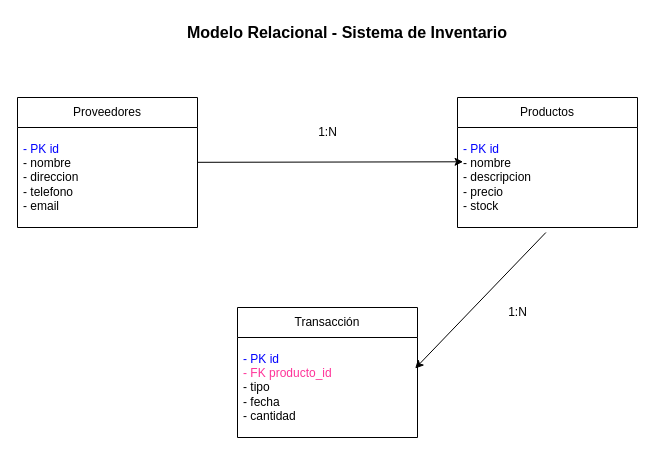
too0oori/Evaluacion_Modulo_5 keeps this draw.io diagram as relacional.drawio. Above is the earlier version. Source tidied: cells renumbered, new cells numbered last; positions are measured from the earlier drawing's top-left corner, leaving out a move shared by most shapes. Both pictures are drawn from the tidied source at 100%, with x=0, y=0 at pixel (17, 17).
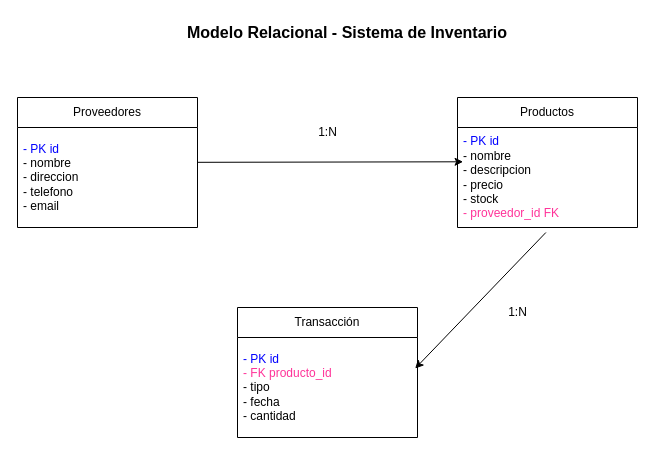
The same page after the edit.

What changed in the source:
```diff
@@
 <mxGraphModel>
   <root>
     <mxCell id="0" />
     <mxCell id="1" parent="0" />
     <mxCell id="2" value="Modelo Relacional - Sistema de Inventario" style="text;html=1;strokeColor=none;fillColor=none;align=center;verticalAlign=middle;whiteSpace=wrap;rounded=0;fontSize=16;fontStyle=1;" parent="1" vertex="1">
       <mxGeometry x="130" width="400" height="30" as="geometry" />
     </mxCell>
     <mxCell id="3" style="ellipse;whiteSpace=wrap;html=1;fillColor=none;strokeColor=none;" parent="1" vertex="1">
       <mxGeometry x="417" y="55" width="6" height="6" as="geometry" />
     </mxCell>
     <mxCell id="4" style="ellipse;whiteSpace=wrap;html=1;fillColor=none;strokeColor=none;" parent="1" vertex="1">
       <mxGeometry x="417" y="55" width="6" height="6" as="geometry" />
     </mxCell>
     <mxCell id="5" style="edgeStyle=none;html=1;entryX=0.031;entryY=0.343;entryDx=0;entryDy=0;entryPerimeter=0;" parent="1" edge="1" source="6" target="9">
       <mxGeometry relative="1" as="geometry" />
     </mxCell>
     <mxCell id="6" value="Proveedores" style="swimlane;fontStyle=0;horizontal=1;startSize=30;whiteSpace=wrap;html=1;" parent="1" vertex="1">
       <mxGeometry y="80" width="180" height="130" as="geometry" />
     </mxCell>
     <mxCell id="7" value="&lt;font&gt;&lt;font style=&quot;color: rgb(0, 0, 255);&quot;&gt;- PK id&lt;/font&gt;&lt;br style=&quot;scrollbar-color: rgb(226, 226, 226) rgb(251, 251, 251);&quot;&gt;&lt;/font&gt;&lt;span style=&quot;color: rgb(0, 0, 0);&quot;&gt;- nombre&lt;/span&gt;&lt;br style=&quot;color: rgb(63, 63, 63); scrollbar-color: rgb(226, 226, 226) rgb(251, 251, 251);&quot;&gt;&lt;span style=&quot;color: rgb(0, 0, 0);&quot;&gt;- direccion&lt;/span&gt;&lt;br style=&quot;color: rgb(63, 63, 63); scrollbar-color: rgb(226, 226, 226) rgb(251, 251, 251);&quot;&gt;&lt;span style=&quot;color: rgb(0, 0, 0);&quot;&gt;- telefono&lt;/span&gt;&lt;br style=&quot;color: rgb(63, 63, 63); scrollbar-color: rgb(226, 226, 226) rgb(251, 251, 251);&quot;&gt;&lt;span style=&quot;color: rgb(0, 0, 0);&quot;&gt;- email&lt;/span&gt;" style="text;strokeColor=none;fillColor=none;align=left;verticalAlign=middle;spacingLeft=4;spacingRight=4;overflow=hidden;whiteSpace=wrap;html=1;" parent="6" vertex="1">
       <mxGeometry y="30" width="180" height="100" as="geometry" />
     </mxCell>
     <mxCell id="8" value="Productos" style="swimlane;fontStyle=0;horizontal=1;startSize=30;whiteSpace=wrap;html=1;" parent="1" vertex="1">
       <mxGeometry x="440" y="80" width="180" height="130" as="geometry" />
     </mxCell>
-    <mxCell id="9" value="&lt;font&gt;&lt;span&gt;&lt;font style=&quot;color: rgb(0, 0, 255);&quot;&gt;- PK id&lt;/font&gt;&lt;/span&gt;&lt;br style=&quot;scrollbar-color: rgb(226, 226, 226) rgb(251, 251, 251); color: rgb(63, 63, 63);&quot;&gt;&lt;/font&gt;&lt;span style=&quot;color: rgb(0, 0, 0);&quot;&gt;- nombre&lt;/span&gt;&lt;br style=&quot;color: rgb(63, 63, 63); scrollbar-color: rgb(226, 226, 226) rgb(251, 251, 251);&quot;&gt;&lt;span style=&quot;color: rgb(0, 0, 0);&quot;&gt;- descripcion&lt;/span&gt;&lt;div&gt;&lt;span style=&quot;color: rgb(0, 0, 0);&quot;&gt;- precio&lt;/span&gt;&lt;/div&gt;&lt;div&gt;&lt;span style=&quot;color: rgb(0, 0, 0);&quot;&gt;- stock&lt;/span&gt;&lt;/div&gt;" style="text;strokeColor=none;fillColor=none;align=left;verticalAlign=middle;spacingLeft=4;spacingRight=4;overflow=hidden;points=[[0,0.5],[1,0.5]];portConstraint=eastwest;whiteSpace=wrap;html=1;" parent="8" vertex="1">
+    <mxCell id="9" value="&lt;font&gt;&lt;span&gt;&lt;font style=&quot;color: rgb(0, 0, 255);&quot;&gt;- PK id&lt;/font&gt;&lt;/span&gt;&lt;br style=&quot;scrollbar-color: rgb(226, 226, 226) rgb(251, 251, 251); color: rgb(63, 63, 63);&quot;&gt;&lt;/font&gt;&lt;span style=&quot;color: rgb(0, 0, 0);&quot;&gt;- nombre&lt;/span&gt;&lt;br style=&quot;color: rgb(63, 63, 63); scrollbar-color: rgb(226, 226, 226) rgb(251, 251, 251);&quot;&gt;&lt;span style=&quot;color: rgb(0, 0, 0);&quot;&gt;- descripcion&lt;/span&gt;&lt;div&gt;&lt;span style=&quot;color: rgb(0, 0, 0);&quot;&gt;- precio&lt;/span&gt;&lt;/div&gt;&lt;div&gt;&lt;span style=&quot;color: rgb(0, 0, 0);&quot;&gt;- stock&lt;/span&gt;&lt;/div&gt;&lt;div&gt;&lt;span&gt;&lt;font style=&quot;color: rgb(255, 51, 153);&quot;&gt;- proveedor_id FK&lt;/font&gt;&lt;/span&gt;&lt;/div&gt;" style="text;strokeColor=none;fillColor=none;align=left;verticalAlign=middle;spacingLeft=4;spacingRight=4;overflow=hidden;points=[[0,0.5],[1,0.5]];portConstraint=eastwest;whiteSpace=wrap;html=1;" parent="8" vertex="1">
       <mxGeometry y="30" width="180" height="100" as="geometry" />
     </mxCell>
     <mxCell id="10" value="1:N" style="text;html=1;align=center;verticalAlign=middle;strokeColor=none;fillColor=none;" parent="1" vertex="1">
       <mxGeometry x="290" y="100" width="40" height="30" as="geometry" />
     </mxCell>
     <mxCell id="11" value="Transacción" style="swimlane;fontStyle=0;horizontal=1;startSize=30;whiteSpace=wrap;html=1;" parent="1" vertex="1">
       <mxGeometry x="220" y="290" width="180" height="130" as="geometry" />
     </mxCell>
     <mxCell id="12" value="&lt;font&gt;&lt;span&gt;&lt;font style=&quot;color: rgb(0, 0, 255);&quot;&gt;- PK id&lt;/font&gt;&lt;/span&gt;&lt;br style=&quot;scrollbar-color: rgb(226, 226, 226) rgb(251, 251, 251); color: rgb(63, 63, 63);&quot;&gt;&lt;/font&gt;&lt;span&gt;&lt;font style=&quot;color: rgb(255, 51, 153);&quot;&gt;- FK producto_id&lt;/font&gt;&lt;/span&gt;&lt;div&gt;&lt;span style=&quot;color: rgb(0, 0, 0);&quot;&gt;- tipo&lt;/span&gt;&lt;/div&gt;&lt;div&gt;&lt;span style=&quot;color: rgb(0, 0, 0);&quot;&gt;- fecha&lt;/span&gt;&lt;/div&gt;&lt;div&gt;&lt;span style=&quot;color: rgb(0, 0, 0);&quot;&gt;- cantidad&lt;/span&gt;&lt;/div&gt;" style="text;strokeColor=none;fillColor=none;align=left;verticalAlign=middle;spacingLeft=4;spacingRight=4;overflow=hidden;points=[[0,0.5],[1,0.5]];portConstraint=eastwest;whiteSpace=wrap;html=1;" parent="11" vertex="1">
       <mxGeometry y="30" width="180" height="100" as="geometry" />
     </mxCell>
     <mxCell id="13" style="edgeStyle=none;html=1;entryX=0.987;entryY=0.31;entryDx=0;entryDy=0;entryPerimeter=0;exitX=0.491;exitY=1.05;exitDx=0;exitDy=0;exitPerimeter=0;" parent="1" edge="1" source="9" target="12">
       <mxGeometry relative="1" as="geometry" />
     </mxCell>
     <mxCell id="14" value="1:N" style="text;html=1;align=center;verticalAlign=middle;strokeColor=none;fillColor=none;" parent="1" vertex="1">
       <mxGeometry x="480" y="280" width="40" height="30" as="geometry" />
     </mxCell>
   </root>
 </mxGraphModel>
```
